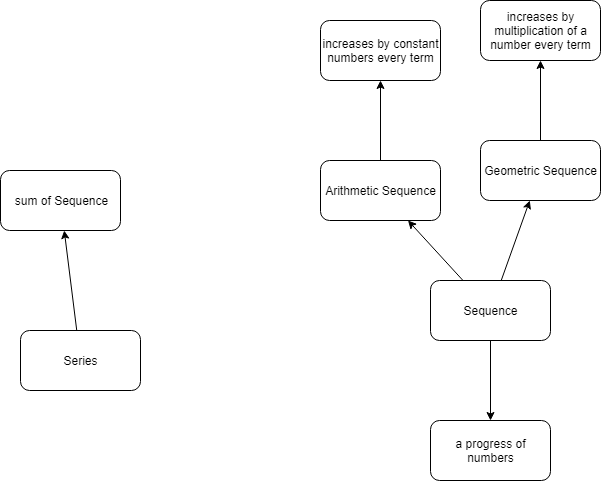
Before: Algebra_Sequence_Overview.PNG, a diagram exported from draw.io (stsiwo/data_structures_and_algorithm). Source tidied: cells renumbered, new cells last; positions are measured from the earlier drawing's top-left corner, leaving out a move shared by most shapes.
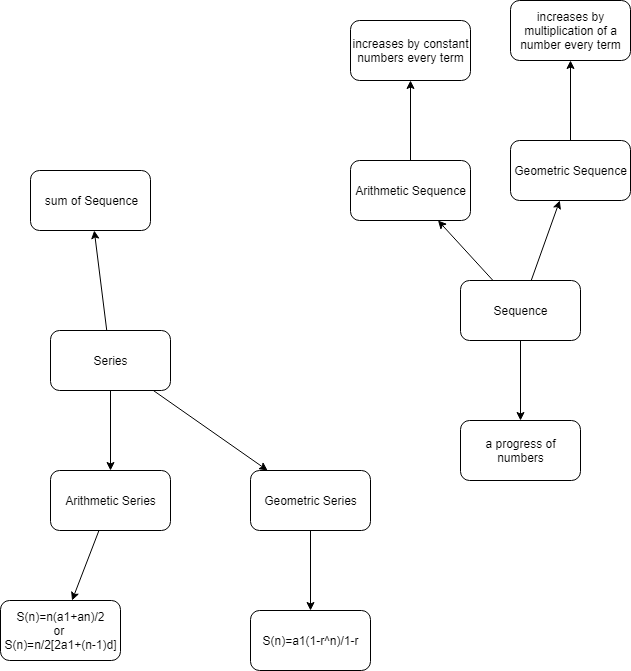
Above is the later version.

The edit, as a diff of the source:
```diff
@@ -38,9 +38,33 @@
     <mxCell id="13" style="rounded=0;jettySize=auto;html=1;" parent="1" edge="1" source="14" target="15">
       <mxGeometry relative="1" as="geometry" />
     </mxCell>
+    <mxCell id="16" style="edgeStyle=none;rounded=0;jettySize=auto;html=1;" parent="1" edge="1" source="14" target="22">
+      <mxGeometry relative="1" as="geometry" />
+    </mxCell>
+    <mxCell id="17" style="edgeStyle=none;rounded=0;jettySize=auto;html=1;" parent="1" edge="1" source="14" target="19">
+      <mxGeometry relative="1" as="geometry" />
+    </mxCell>
     <mxCell id="14" value="Series" style="rounded=1;whiteSpace=wrap;html=1;" parent="1" vertex="1">
       <mxGeometry x="20" y="330" width="120" height="60" as="geometry" />
     </mxCell>
+    <mxCell id="18" style="edgeStyle=none;rounded=0;jettySize=auto;html=1;" parent="1" edge="1" source="19" target="20">
+      <mxGeometry relative="1" as="geometry" />
+    </mxCell>
+    <mxCell id="19" value="Geometric Series" style="rounded=1;whiteSpace=wrap;html=1;" parent="1" vertex="1">
+      <mxGeometry x="220" y="470" width="120" height="60" as="geometry" />
+    </mxCell>
+    <mxCell id="20" value="S(n)=a1(1-r^n)/1-r" style="rounded=1;whiteSpace=wrap;html=1;" parent="1" vertex="1">
+      <mxGeometry x="220" y="610" width="120" height="60" as="geometry" />
+    </mxCell>
+    <mxCell id="21" style="edgeStyle=none;rounded=0;jettySize=auto;html=1;" parent="1" edge="1" source="22" target="23">
+      <mxGeometry relative="1" as="geometry" />
+    </mxCell>
+    <mxCell id="22" value="Arithmetic Series" style="rounded=1;whiteSpace=wrap;html=1;" parent="1" vertex="1">
+      <mxGeometry x="20" y="470" width="120" height="60" as="geometry" />
+    </mxCell>
+    <mxCell id="23" value="S(n)=n(a1+an)/2&lt;br&gt;or&amp;nbsp;&lt;br&gt;S(n)=n/2[2a1+(n-1)d]" style="rounded=1;whiteSpace=wrap;html=1;" parent="1" vertex="1">
+      <mxGeometry x="-30" y="600" width="120" height="60" as="geometry" />
+    </mxCell>
     <mxCell id="15" value="sum of Sequence" style="rounded=1;whiteSpace=wrap;html=1;" parent="1" vertex="1">
       <mxGeometry y="170" width="120" height="60" as="geometry" />
     </mxCell>
```
